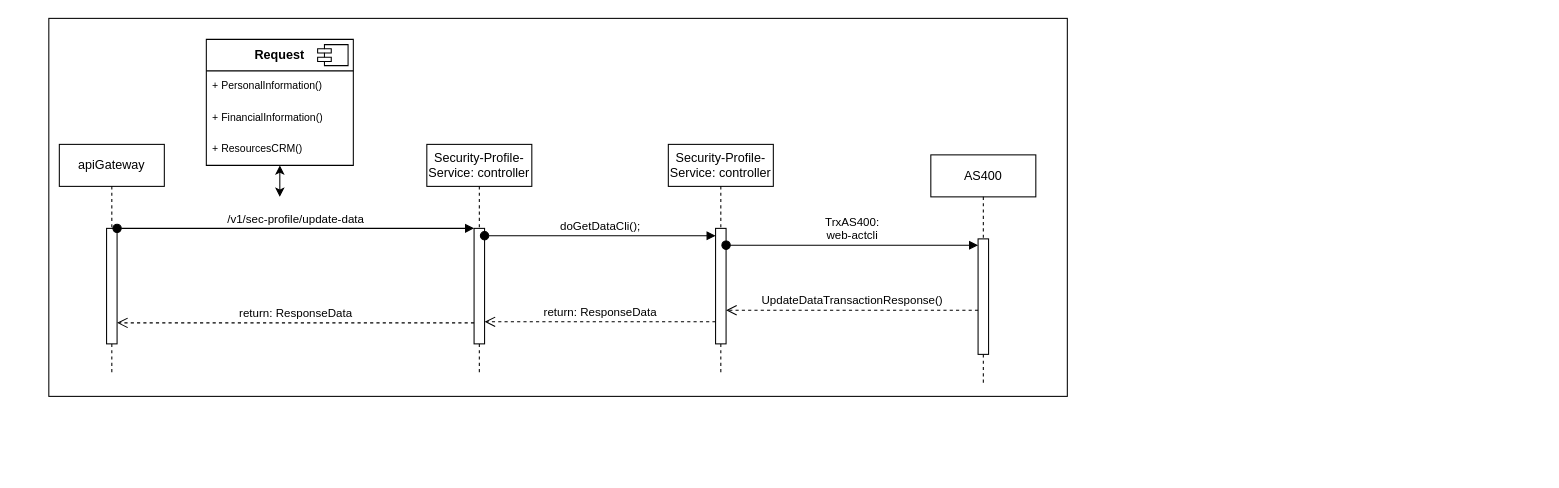
The draw.io diagram 9no endpoint; actualizacion de datos.drawio in StevenGpByte/ActualizacionDatos, before the edit. Source tidied: cells renumbered, new cells numbered last; positions are measured from the earlier drawing's top-left corner, leaving out a move shared by most shapes. Both pictures are drawn from the tidied source at 105%, with x=0, y=0 at pixel (48, 18).
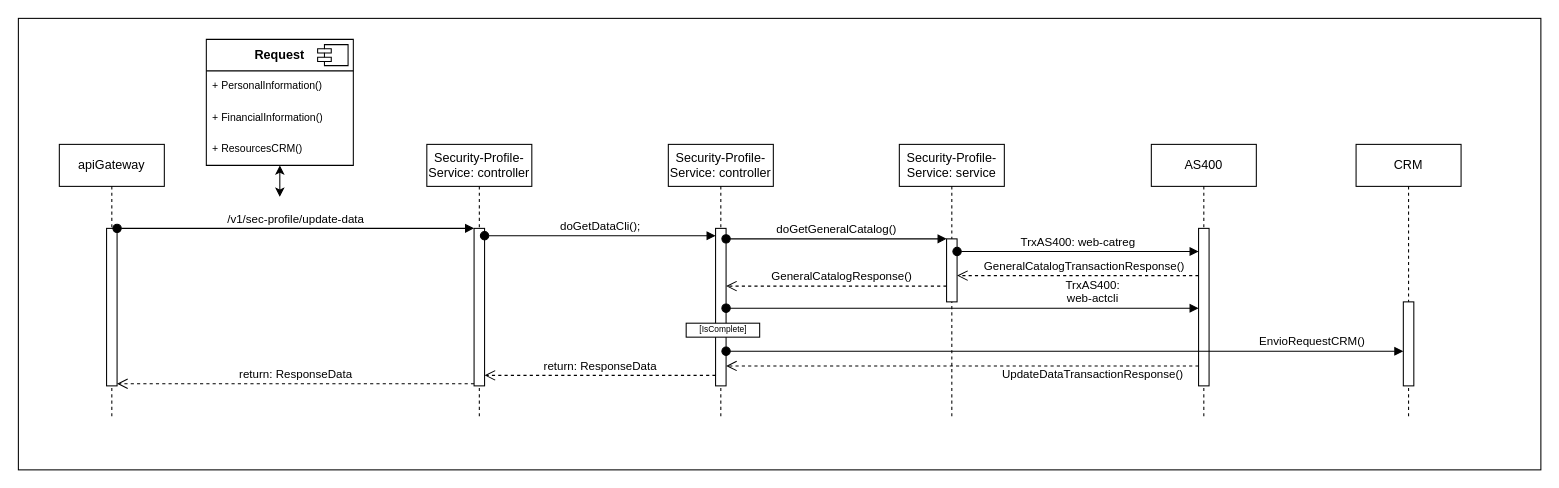
After the change.

Diff of the diagram source:
```diff
@@
     <mxCell id="2" style="rounded=0;whiteSpace=wrap;html=1;" parent="1" vertex="1">
-      <mxGeometry width="970" height="360" as="geometry" />
+      <mxGeometry x="-29" width="1450" height="430" as="geometry" />
     </mxCell>
     <mxCell id="3" value="apiGateway&lt;br&gt;" style="shape=umlLifeline;perimeter=lifelinePerimeter;whiteSpace=wrap;html=1;newEdgeStyle={&quot;edgeStyle&quot;:&quot;elbowEdgeStyle&quot;,&quot;elbow&quot;:&quot;vertical&quot;,&quot;curved&quot;:0,&quot;rounded&quot;:0};" parent="1" vertex="1">
-      <mxGeometry x="10" y="120" width="100" height="220" as="geometry" />
+      <mxGeometry x="10" y="120" width="100" height="260" as="geometry" />
     </mxCell>
     <mxCell id="4" style="html=1;points=[];perimeter=orthogonalPerimeter;outlineConnect=0;targetShapes=umlLifeline;portConstraint=eastwest;newEdgeStyle={&quot;edgeStyle&quot;:&quot;elbowEdgeStyle&quot;,&quot;elbow&quot;:&quot;vertical&quot;,&quot;curved&quot;:0,&quot;rounded&quot;:0};" parent="3" vertex="1">
-      <mxGeometry x="45" y="80" width="10" height="110" as="geometry" />
+      <mxGeometry x="45" y="80" width="10" height="150" as="geometry" />
     </mxCell>
     <mxCell id="5" value="Security-Profile-Service: controller" style="shape=umlLifeline;perimeter=lifelinePerimeter;whiteSpace=wrap;html=1;newEdgeStyle={&quot;edgeStyle&quot;:&quot;elbowEdgeStyle&quot;,&quot;elbow&quot;:&quot;vertical&quot;,&quot;curved&quot;:0,&quot;rounded&quot;:0};" parent="1" vertex="1">
-      <mxGeometry x="360" y="120" width="100" height="220" as="geometry" />
+      <mxGeometry x="360" y="120" width="100" height="260" as="geometry" />
     </mxCell>
     <mxCell id="6" style="html=1;points=[];perimeter=orthogonalPerimeter;outlineConnect=0;targetShapes=umlLifeline;portConstraint=eastwest;newEdgeStyle={&quot;edgeStyle&quot;:&quot;elbowEdgeStyle&quot;,&quot;elbow&quot;:&quot;vertical&quot;,&quot;curved&quot;:0,&quot;rounded&quot;:0};" parent="5" vertex="1">
-      <mxGeometry x="45" y="80" width="10" height="110" as="geometry" />
+      <mxGeometry x="45" y="80" width="10" height="150" as="geometry" />
     </mxCell>
-    <mxCell id="7" value="return: ResponseData" style="html=1;verticalAlign=bottom;endArrow=open;dashed=1;endSize=8;edgeStyle=elbowEdgeStyle;elbow=vertical;curved=0;rounded=0;" parent="1" edge="1" source="6" target="4">
+    <mxCell id="7" value="return: ResponseData" style="html=1;verticalAlign=bottom;endArrow=open;dashed=1;endSize=8;edgeStyle=elbowEdgeStyle;elbow=vertical;curved=0;rounded=0;" parent="1" edge="1">
       <mxGeometry relative="1" as="geometry">
+        <mxPoint x="405" y="348" as="sourcePoint" />
+        <mxPoint x="65" y="348" as="targetPoint" />
         <Array as="points">
-          <mxPoint x="350" y="290" />
-          <mxPoint x="320" y="310" />
-          <mxPoint x="380" y="280" />
-          <mxPoint x="290" y="260" />
-          <mxPoint x="330" y="240" />
-          <mxPoint x="260" y="370" />
-          <mxPoint x="160" y="360" />
+          <mxPoint x="350" y="348" />
+          <mxPoint x="320" y="368" />
+          <mxPoint x="380" y="338" />
+          <mxPoint x="290" y="318" />
+          <mxPoint x="330" y="298" />
+          <mxPoint x="260" y="428" />
+          <mxPoint x="160" y="418" />
         </Array>
       </mxGeometry>
     </mxCell>
@@
     <mxCell id="9" value="&lt;span style=&quot;font-weight: normal;&quot;&gt;Security-Profile-Service: controller&lt;/span&gt;" style="shape=umlLifeline;perimeter=lifelinePerimeter;whiteSpace=wrap;html=1;newEdgeStyle={&quot;edgeStyle&quot;:&quot;elbowEdgeStyle&quot;,&quot;elbow&quot;:&quot;vertical&quot;,&quot;curved&quot;:0,&quot;rounded&quot;:0};fontStyle=1;" parent="1" vertex="1">
-      <mxGeometry x="590" y="120" width="100" height="220" as="geometry" />
+      <mxGeometry x="590" y="120" width="100" height="260" as="geometry" />
     </mxCell>
     <mxCell id="10" style="html=1;points=[];perimeter=orthogonalPerimeter;outlineConnect=0;targetShapes=umlLifeline;portConstraint=eastwest;newEdgeStyle={&quot;edgeStyle&quot;:&quot;elbowEdgeStyle&quot;,&quot;elbow&quot;:&quot;vertical&quot;,&quot;curved&quot;:0,&quot;rounded&quot;:0};" parent="9" vertex="1">
-      <mxGeometry x="45" y="80" width="10" height="110" as="geometry" />
+      <mxGeometry x="45" y="80" width="10" height="150" as="geometry" />
     </mxCell>
     <mxCell id="11" value="AS400" style="shape=umlLifeline;perimeter=lifelinePerimeter;whiteSpace=wrap;html=1;newEdgeStyle={&quot;edgeStyle&quot;:&quot;elbowEdgeStyle&quot;,&quot;elbow&quot;:&quot;vertical&quot;,&quot;curved&quot;:0,&quot;rounded&quot;:0};" parent="1" vertex="1">
-      <mxGeometry x="840" y="130" width="100" height="220" as="geometry" />
+      <mxGeometry x="1050" y="120" width="100" height="260" as="geometry" />
     </mxCell>
     <mxCell id="12" style="html=1;perimeter=orthogonalPerimeter;targetShapes=umlLifeline;newEdgeStyle={&quot;edgeStyle&quot;:&quot;elbowEdgeStyle&quot;,&quot;elbow&quot;:&quot;vertical&quot;,&quot;curved&quot;:0,&quot;rounded&quot;:0};" parent="11" vertex="1">
-      <mxGeometry x="45" y="80" width="10" height="110" as="geometry" />
+      <mxGeometry x="45" y="80" width="10" height="150" as="geometry" />
     </mxCell>
     <mxCell id="13" value="TrxAS400:&lt;br style=&quot;border-color: var(--border-color);&quot;&gt;web-actcli" style="html=1;verticalAlign=bottom;startArrow=oval;endArrow=block;startSize=8;edgeStyle=elbowEdgeStyle;elbow=vertical;curved=0;rounded=0;" parent="1" edge="1">
-      <mxGeometry relative="1" as="geometry">
-        <mxPoint x="645" y="216" as="sourcePoint" />
-        <mxPoint x="885" y="216" as="targetPoint" />
+      <mxGeometry x="0.55" relative="1" as="geometry">
+        <mxPoint x="645" y="276" as="sourcePoint" />
+        <mxPoint x="1095" y="276" as="targetPoint" />
         <Array as="points">
-          <mxPoint x="780" y="216" />
-          <mxPoint x="800" y="226" />
-          <mxPoint x="780" y="166" />
-          <mxPoint x="760" y="226" />
-          <mxPoint x="780" y="166" />
-          <mxPoint x="815" y="206" />
+          <mxPoint x="770" y="276" />
+          <mxPoint x="790" y="286" />
+          <mxPoint x="770" y="226" />
+          <mxPoint x="750" y="286" />
+          <mxPoint x="770" y="226" />
+          <mxPoint x="805" y="266" />
         </Array>
       </mxGeometry>
     </mxCell>
@@
     <mxCell id="20" value="UpdateDataTransactionResponse()" style="html=1;verticalAlign=bottom;endArrow=open;dashed=1;endSize=8;edgeStyle=elbowEdgeStyle;elbow=vertical;curved=0;rounded=0;" parent="1" edge="1">
-      <mxGeometry relative="1" as="geometry">
-        <mxPoint x="885" y="278" as="sourcePoint" />
-        <mxPoint x="645" y="278" as="targetPoint" />
+      <mxGeometry x="-0.55" y="17" relative="1" as="geometry">
+        <mxPoint x="1095" y="331" as="sourcePoint" />
+        <mxPoint x="645" y="331" as="targetPoint" />
         <Array as="points">
-          <mxPoint x="780" y="278" />
-          <mxPoint x="790" y="298" />
-          <mxPoint x="765" y="288" />
-          <mxPoint x="675" y="268" />
-          <mxPoint x="715" y="248" />
-          <mxPoint x="645" y="378" />
-          <mxPoint x="545" y="368" />
+          <mxPoint x="780" y="331" />
+          <mxPoint x="790" y="351" />
+          <mxPoint x="765" y="341" />
+          <mxPoint x="675" y="321" />
+          <mxPoint x="715" y="301" />
+          <mxPoint x="645" y="431" />
+          <mxPoint x="545" y="421" />
         </Array>
       </mxGeometry>
     </mxCell>
     <mxCell id="21" value="return: ResponseData" style="html=1;verticalAlign=bottom;endArrow=open;dashed=1;endSize=8;edgeStyle=elbowEdgeStyle;elbow=vertical;curved=0;rounded=0;" parent="1" edge="1">
       <mxGeometry relative="1" as="geometry">
-        <mxPoint x="635" y="289" as="sourcePoint" />
-        <mxPoint x="415" y="289" as="targetPoint" />
+        <mxPoint x="635" y="340" as="sourcePoint" />
+        <mxPoint x="415" y="340" as="targetPoint" />
         <Array as="points">
-          <mxPoint x="590" y="289" />
-          <mxPoint x="575" y="309" />
-          <mxPoint x="485" y="289" />
-          <mxPoint x="525" y="269" />
-          <mxPoint x="455" y="399" />
-          <mxPoint x="355" y="389" />
+          <mxPoint x="590" y="340" />
+          <mxPoint x="575" y="360" />
+          <mxPoint x="485" y="340" />
+          <mxPoint x="525" y="320" />
+          <mxPoint x="455" y="450" />
+          <mxPoint x="355" y="440" />
         </Array>
       </mxGeometry>
     </mxCell>
@@
+    <mxCell id="23" value="Security-Profile-Service: service" style="shape=umlLifeline;perimeter=lifelinePerimeter;whiteSpace=wrap;html=1;newEdgeStyle={&quot;edgeStyle&quot;:&quot;elbowEdgeStyle&quot;,&quot;elbow&quot;:&quot;vertical&quot;,&quot;curved&quot;:0,&quot;rounded&quot;:0};" parent="1" vertex="1">
+      <mxGeometry x="810" y="120" width="100" height="260" as="geometry" />
+    </mxCell>
+    <mxCell id="24" style="html=1;perimeter=orthogonalPerimeter;targetShapes=umlLifeline;newEdgeStyle={&quot;edgeStyle&quot;:&quot;elbowEdgeStyle&quot;,&quot;elbow&quot;:&quot;vertical&quot;,&quot;curved&quot;:0,&quot;rounded&quot;:0};" parent="23" vertex="1">
+      <mxGeometry x="45" y="90" width="10" height="60" as="geometry" />
+    </mxCell>
+    <mxCell id="25" value="doGetGeneralCatalog()" style="html=1;verticalAlign=bottom;startArrow=oval;endArrow=block;startSize=8;edgeStyle=elbowEdgeStyle;elbow=vertical;curved=0;rounded=0;" parent="1" edge="1">
+      <mxGeometry relative="1" as="geometry">
+        <mxPoint x="645" y="210" as="sourcePoint" />
+        <mxPoint x="855" y="210" as="targetPoint" />
+        <Array as="points">
+          <mxPoint x="725" y="210" />
+          <mxPoint x="650" y="210" />
+        </Array>
+      </mxGeometry>
+    </mxCell>
+    <mxCell id="26" value="GeneralCatalogTransactionResponse()" style="html=1;verticalAlign=bottom;endArrow=open;dashed=1;endSize=8;edgeStyle=elbowEdgeStyle;elbow=vertical;curved=0;rounded=0;" parent="1" edge="1">
+      <mxGeometry x="-0.05" relative="1" as="geometry">
+        <mxPoint x="1095" y="245" as="sourcePoint" />
+        <mxPoint x="865" y="245" as="targetPoint" />
+        <Array as="points">
+          <mxPoint x="920" y="245" />
+          <mxPoint x="805" y="265" />
+          <mxPoint x="780" y="255" />
+          <mxPoint x="690" y="235" />
+          <mxPoint x="730" y="215" />
+          <mxPoint x="660" y="345" />
+          <mxPoint x="560" y="335" />
+        </Array>
+      </mxGeometry>
+    </mxCell>
+    <mxCell id="27" value="TrxAS400: web-catreg" style="html=1;verticalAlign=bottom;startArrow=oval;endArrow=block;startSize=8;edgeStyle=elbowEdgeStyle;elbow=vertical;curved=0;rounded=0;" parent="1" edge="1">
+      <mxGeometry relative="1" as="geometry">
+        <mxPoint x="865" y="222" as="sourcePoint" />
+        <mxPoint x="1095" y="222" as="targetPoint" />
+        <Array as="points">
+          <mxPoint x="960" y="222" />
+          <mxPoint x="885" y="222" />
+        </Array>
+      </mxGeometry>
+    </mxCell>
+    <mxCell id="28" value="GeneralCatalogResponse()" style="html=1;verticalAlign=bottom;endArrow=open;dashed=1;endSize=8;edgeStyle=elbowEdgeStyle;elbow=vertical;curved=0;rounded=0;" parent="1" edge="1">
+      <mxGeometry x="-0.05" relative="1" as="geometry">
+        <mxPoint x="855" y="255" as="sourcePoint" />
+        <mxPoint x="645" y="255" as="targetPoint" />
+        <Array as="points">
+          <mxPoint x="715" y="255" />
+          <mxPoint x="600" y="275" />
+          <mxPoint x="575" y="265" />
+          <mxPoint x="485" y="245" />
+          <mxPoint x="525" y="225" />
+          <mxPoint x="455" y="355" />
+          <mxPoint x="355" y="345" />
+        </Array>
+      </mxGeometry>
+    </mxCell>
+    <mxCell id="29" value="CRM" style="shape=umlLifeline;perimeter=lifelinePerimeter;whiteSpace=wrap;html=1;newEdgeStyle={&quot;edgeStyle&quot;:&quot;elbowEdgeStyle&quot;,&quot;elbow&quot;:&quot;vertical&quot;,&quot;curved&quot;:0,&quot;rounded&quot;:0};" parent="1" vertex="1">
+      <mxGeometry x="1245" y="120" width="100" height="260" as="geometry" />
+    </mxCell>
+    <mxCell id="30" style="html=1;perimeter=orthogonalPerimeter;targetShapes=umlLifeline;newEdgeStyle={&quot;edgeStyle&quot;:&quot;elbowEdgeStyle&quot;,&quot;elbow&quot;:&quot;vertical&quot;,&quot;curved&quot;:0,&quot;rounded&quot;:0};" parent="29" vertex="1">
+      <mxGeometry x="45" y="150" width="10" height="80" as="geometry" />
+    </mxCell>
+    <mxCell id="31" value="EnvioRequestCRM()" style="html=1;verticalAlign=bottom;startArrow=oval;endArrow=block;startSize=8;edgeStyle=elbowEdgeStyle;elbow=vertical;curved=0;rounded=0;" parent="1" edge="1">
+      <mxGeometry x="0.73" relative="1" as="geometry">
+        <mxPoint x="645" y="317" as="sourcePoint" />
+        <mxPoint x="1290" y="317" as="targetPoint" />
+        <Array as="points">
+          <mxPoint x="785" y="317" />
+          <mxPoint x="805" y="327" />
+          <mxPoint x="785" y="267" />
+          <mxPoint x="765" y="327" />
+          <mxPoint x="785" y="267" />
+          <mxPoint x="820" y="307" />
+        </Array>
+      </mxGeometry>
+    </mxCell>
+    <mxCell id="32" style="group;" parent="1" vertex="1">
+      <mxGeometry x="607" y="287" width="70" height="20" as="geometry" />
+    </mxCell>
+    <mxCell id="33" style="rounded=0;whiteSpace=wrap;html=1;" parent="32" vertex="1">
+      <mxGeometry y="3.3" width="70" height="13.3" as="geometry" />
+    </mxCell>
+    <mxCell id="34" value="&lt;font style=&quot;font-size: 8px;&quot;&gt;[IsComplete]&lt;/font&gt;" style="text;html=1;align=center;verticalAlign=middle;strokeColor=none;fillColor=none;" parent="32" vertex="1">
+      <mxGeometry y="-7" width="70" height="30" as="geometry" />
+    </mxCell>
```
